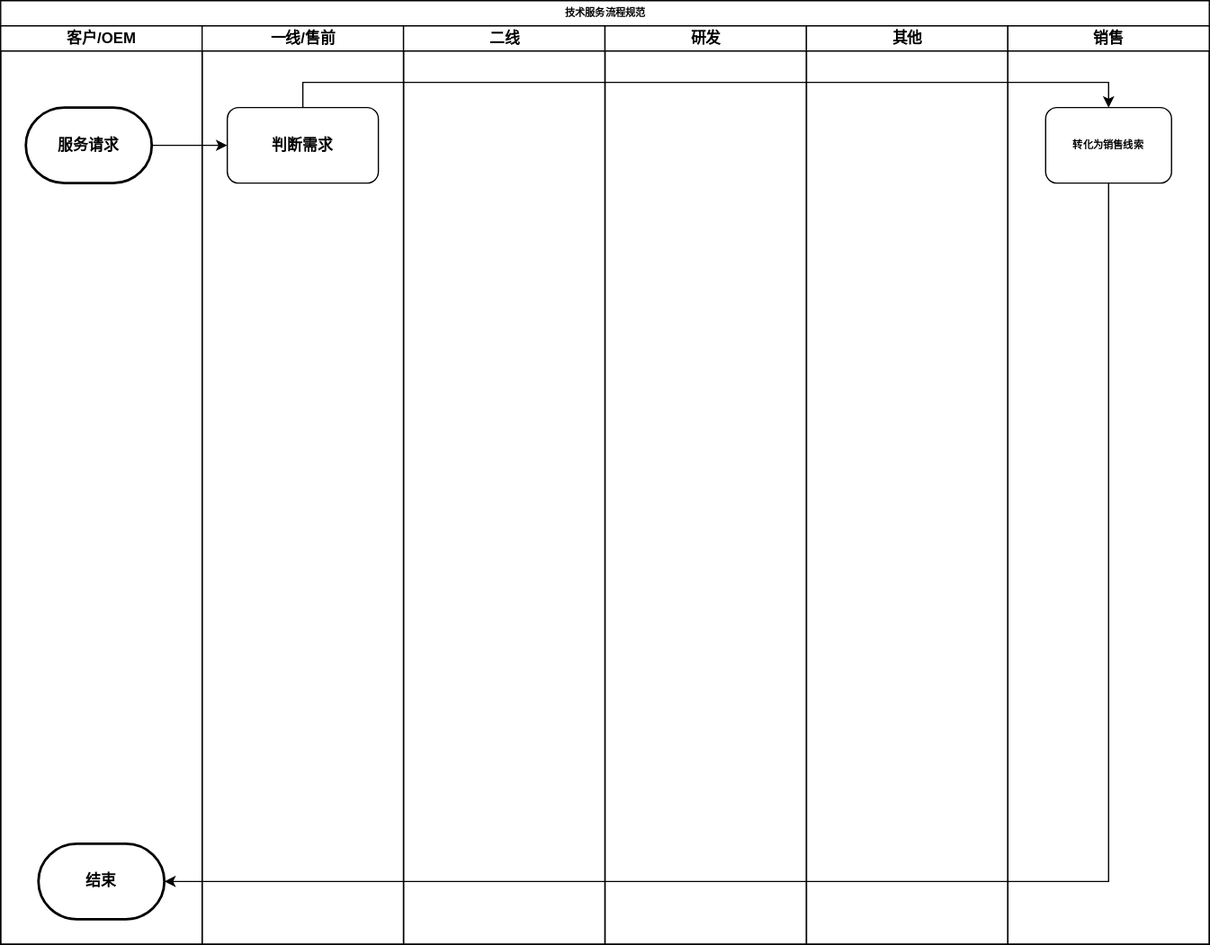
Earlier version of the draw.io export 流程规范及制度.drawio.svg (lawesen/lcgfzd). Source tidied: cells renumbered, new cells last; positions are measured from the earlier drawing's top-left corner, leaving out a move shared by most shapes.
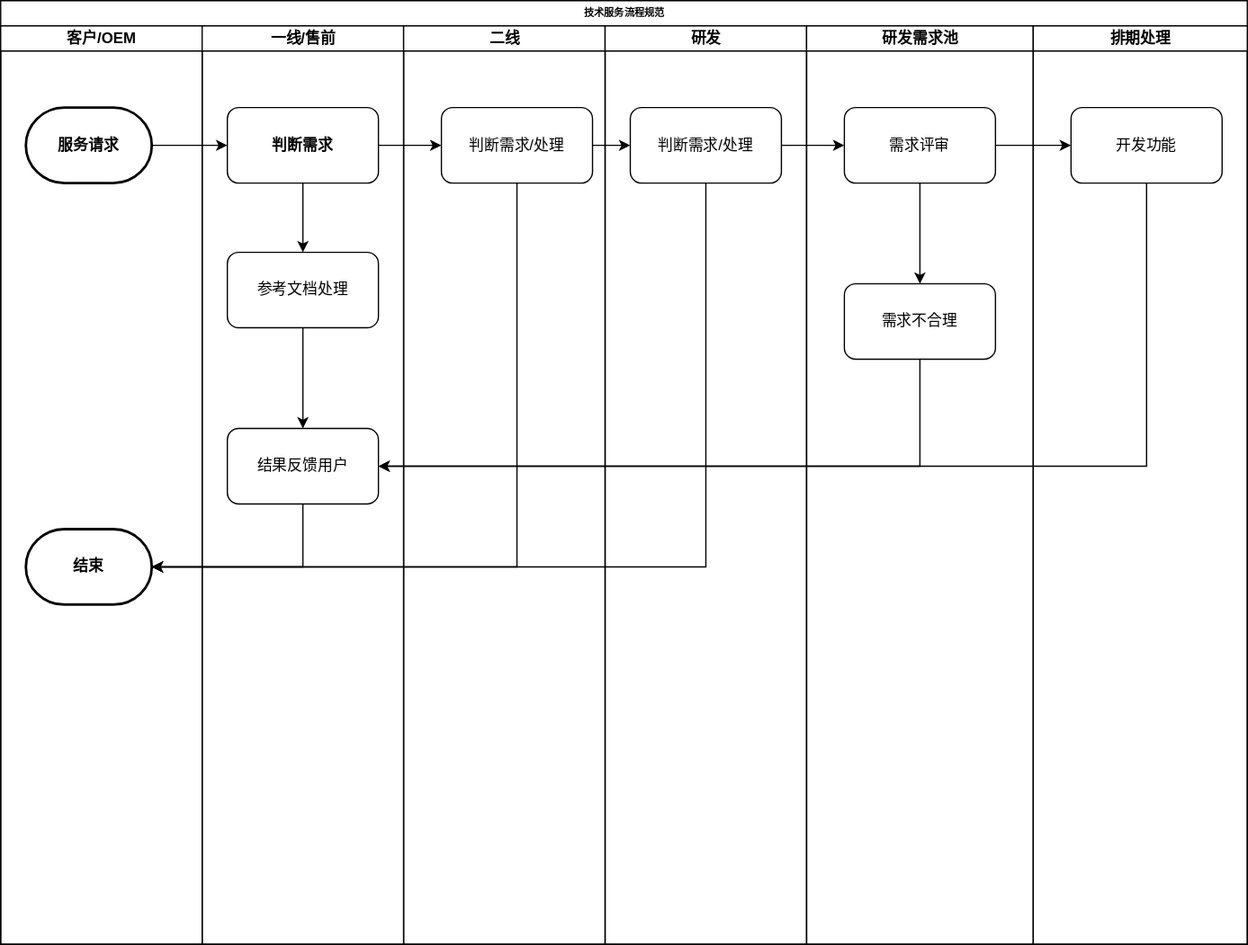
After the commit.

Commit message:
更新流程规范及制度.drawio.svg

Change to the diagram source:
```diff
@@ -3,7 +3,7 @@
     <mxCell id="0" />
     <mxCell id="1" parent="0" />
     <mxCell id="2" value="技术服务流程规范" style="swimlane;html=1;startSize=20;rounded=0;shadow=0;labelBackgroundColor=none;strokeWidth=1;fontFamily=Verdana;fontSize=8;align=center;" parent="1" vertex="1">
-      <mxGeometry width="960" height="750" as="geometry" />
+      <mxGeometry width="990" height="750" as="geometry" />
     </mxCell>
     <mxCell id="3" value="客户/OEM" style="swimlane;html=1;startSize=20;" parent="2" vertex="1">
       <mxGeometry y="20" width="160" height="730" as="geometry" />
@@ -12,37 +12,85 @@
       <mxGeometry x="20" y="65" width="100" height="60" as="geometry" />
     </mxCell>
     <mxCell id="5" value="结束" style="strokeWidth=2;html=1;shape=mxgraph.flowchart.terminator;whiteSpace=wrap;fontStyle=1;" parent="3" vertex="1">
-      <mxGeometry x="30" y="650" width="100" height="60" as="geometry" />
+      <mxGeometry x="20" y="400" width="100" height="60" as="geometry" />
     </mxCell>
     <mxCell id="6" value="一线/售前" style="swimlane;html=1;startSize=20;" parent="2" vertex="1">
       <mxGeometry x="160" y="20" width="160" height="730" as="geometry" />
     </mxCell>
+    <mxCell id="16" style="edgeStyle=orthogonalEdgeStyle;rounded=0;jettySize=auto;html=1;exitX=0.5;exitY=1;exitDx=0;exitDy=0;" parent="6" edge="1" source="7" target="18">
+      <mxGeometry relative="1" as="geometry" />
+    </mxCell>
     <mxCell id="7" value="判断需求" style="rounded=1;whiteSpace=wrap;html=1;fontStyle=1;" parent="6" vertex="1">
       <mxGeometry x="20" y="65" width="120" height="60" as="geometry" />
     </mxCell>
+    <mxCell id="17" style="edgeStyle=orthogonalEdgeStyle;rounded=0;jettySize=auto;html=1;" parent="6" edge="1" source="18" target="19">
+      <mxGeometry relative="1" as="geometry" />
+    </mxCell>
+    <mxCell id="18" value="参考文档处理" style="rounded=1;whiteSpace=wrap;html=1;" parent="6" vertex="1">
+      <mxGeometry x="20" y="180" width="120" height="60" as="geometry" />
+    </mxCell>
+    <mxCell id="19" value="结果反馈用户" style="whiteSpace=wrap;html=1;rounded=1;" parent="6" vertex="1">
+      <mxGeometry x="20" y="320" width="120" height="60" as="geometry" />
+    </mxCell>
     <mxCell id="8" value="二线" style="swimlane;html=1;startSize=20;" parent="2" vertex="1">
       <mxGeometry x="320" y="20" width="160" height="730" as="geometry" />
     </mxCell>
+    <mxCell id="20" value="判断需求/处理" style="rounded=1;whiteSpace=wrap;html=1;" parent="8" vertex="1">
+      <mxGeometry x="30" y="65" width="120" height="60" as="geometry" />
+    </mxCell>
     <mxCell id="9" value="研发" style="swimlane;html=1;startSize=20;" parent="2" vertex="1">
       <mxGeometry x="480" y="20" width="160" height="730" as="geometry" />
     </mxCell>
+    <mxCell id="21" value="判断需求/处理" style="whiteSpace=wrap;html=1;rounded=1;" parent="9" vertex="1">
+      <mxGeometry x="20" y="65" width="120" height="60" as="geometry" />
+    </mxCell>
-    <mxCell id="10" value="其他" style="swimlane;html=1;startSize=20;" parent="2" vertex="1">
-      <mxGeometry x="640" y="20" width="160" height="730" as="geometry" />
+    <mxCell id="10" value="研发需求池" style="swimlane;html=1;startSize=20;" parent="2" vertex="1">
+      <mxGeometry x="640" y="20" width="180" height="730" as="geometry" />
     </mxCell>
+    <mxCell id="22" style="edgeStyle=orthogonalEdgeStyle;rounded=0;jettySize=auto;html=1;" parent="10" edge="1" source="23" target="24">
+      <mxGeometry relative="1" as="geometry" />
+    </mxCell>
+    <mxCell id="23" value="需求评审" style="whiteSpace=wrap;html=1;rounded=1;" parent="10" vertex="1">
+      <mxGeometry x="30" y="65" width="120" height="60" as="geometry" />
+    </mxCell>
+    <mxCell id="24" value="需求不合理" style="whiteSpace=wrap;html=1;rounded=1;" parent="10" vertex="1">
+      <mxGeometry x="30" y="205" width="120" height="60" as="geometry" />
+    </mxCell>
-    <mxCell id="11" value="销售" style="swimlane;html=1;startSize=20;" parent="2" vertex="1">
-      <mxGeometry x="800" y="20" width="160" height="730" as="geometry" />
+    <mxCell id="11" value="排期处理" style="swimlane;html=1;startSize=20;" parent="2" vertex="1">
+      <mxGeometry x="820" y="20" width="170" height="730" as="geometry" />
     </mxCell>
-    <mxCell id="12" value="转化为销售线索" style="rounded=1;whiteSpace=wrap;html=1;shadow=0;labelBackgroundColor=none;strokeWidth=1;fontFamily=Verdana;fontSize=8;align=center;fontStyle=1;" parent="11" vertex="1">
-      <mxGeometry x="30" y="65" width="100" height="60" as="geometry" />
-    </mxCell>
+    <mxCell id="25" value="开发功能" style="whiteSpace=wrap;html=1;rounded=1;" parent="11" vertex="1">
+      <mxGeometry x="30" y="65" width="120" height="60" as="geometry" />
+    </mxCell>
     <mxCell id="13" style="edgeStyle=orthogonalEdgeStyle;rounded=0;jettySize=auto;html=1;exitX=1;exitY=0.5;exitDx=0;exitDy=0;exitPerimeter=0;entryX=0;entryY=0.5;entryDx=0;entryDy=0;" parent="2" edge="1" source="4" target="7">
       <mxGeometry relative="1" as="geometry" />
     </mxCell>
-    <mxCell id="14" style="edgeStyle=orthogonalEdgeStyle;rounded=0;jettySize=auto;html=1;exitX=0.5;exitY=0;exitDx=0;exitDy=0;entryX=0.5;entryY=0;entryDx=0;entryDy=0;" parent="2" edge="1" source="7" target="12">
-      <mxGeometry relative="1" as="geometry" />
-    </mxCell>
-    <mxCell id="15" style="edgeStyle=orthogonalEdgeStyle;rounded=0;jettySize=auto;html=1;exitX=0.5;exitY=1;exitDx=0;exitDy=0;entryX=1;entryY=0.5;entryDx=0;entryDy=0;entryPerimeter=0;" parent="2" edge="1" source="12" target="5">
-      <mxGeometry relative="1" as="geometry" />
-    </mxCell>
+    <mxCell id="26" style="edgeStyle=orthogonalEdgeStyle;rounded=0;jettySize=auto;html=1;exitX=1;exitY=0.5;exitDx=0;exitDy=0;entryX=0;entryY=0.5;entryDx=0;entryDy=0;" parent="2" edge="1" source="7" target="20">
+      <mxGeometry relative="1" as="geometry" />
+    </mxCell>
+    <mxCell id="27" style="edgeStyle=orthogonalEdgeStyle;rounded=0;jettySize=auto;html=1;exitX=0.5;exitY=1;exitDx=0;exitDy=0;entryX=1;entryY=0.5;entryDx=0;entryDy=0;entryPerimeter=0;" parent="2" edge="1" source="20" target="5">
+      <mxGeometry relative="1" as="geometry" />
+    </mxCell>
+    <mxCell id="28" style="edgeStyle=orthogonalEdgeStyle;rounded=0;jettySize=auto;html=1;" parent="2" edge="1" source="20" target="21">
+      <mxGeometry relative="1" as="geometry" />
+    </mxCell>
+    <mxCell id="29" style="edgeStyle=orthogonalEdgeStyle;rounded=0;jettySize=auto;html=1;" parent="2" edge="1" source="21" target="23">
+      <mxGeometry relative="1" as="geometry" />
+    </mxCell>
+    <mxCell id="30" style="edgeStyle=orthogonalEdgeStyle;rounded=0;jettySize=auto;html=1;exitX=0.5;exitY=1;exitDx=0;exitDy=0;entryX=1;entryY=0.5;entryDx=0;entryDy=0;entryPerimeter=0;" parent="2" edge="1" source="21" target="5">
+      <mxGeometry relative="1" as="geometry" />
+    </mxCell>
+    <mxCell id="31" style="edgeStyle=orthogonalEdgeStyle;rounded=0;jettySize=auto;html=1;" parent="2" edge="1" source="23" target="25">
+      <mxGeometry relative="1" as="geometry" />
+    </mxCell>
+    <mxCell id="32" style="edgeStyle=orthogonalEdgeStyle;rounded=0;jettySize=auto;html=1;exitX=0.5;exitY=1;exitDx=0;exitDy=0;entryX=1;entryY=0.5;entryDx=0;entryDy=0;" parent="2" edge="1" source="25" target="19">
+      <mxGeometry relative="1" as="geometry" />
+    </mxCell>
+    <mxCell id="33" style="edgeStyle=orthogonalEdgeStyle;rounded=0;jettySize=auto;html=1;exitX=0.5;exitY=1;exitDx=0;exitDy=0;entryX=1;entryY=0.5;entryDx=0;entryDy=0;entryPerimeter=0;" parent="2" edge="1" source="19" target="5">
+      <mxGeometry relative="1" as="geometry" />
+    </mxCell>
+    <mxCell id="34" style="edgeStyle=orthogonalEdgeStyle;rounded=0;jettySize=auto;html=1;exitX=0.5;exitY=1;exitDx=0;exitDy=0;entryX=1;entryY=0.5;entryDx=0;entryDy=0;" parent="2" edge="1" source="24" target="19">
+      <mxGeometry relative="1" as="geometry" />
+    </mxCell>
   </root>
 </mxGraphModel>
```
